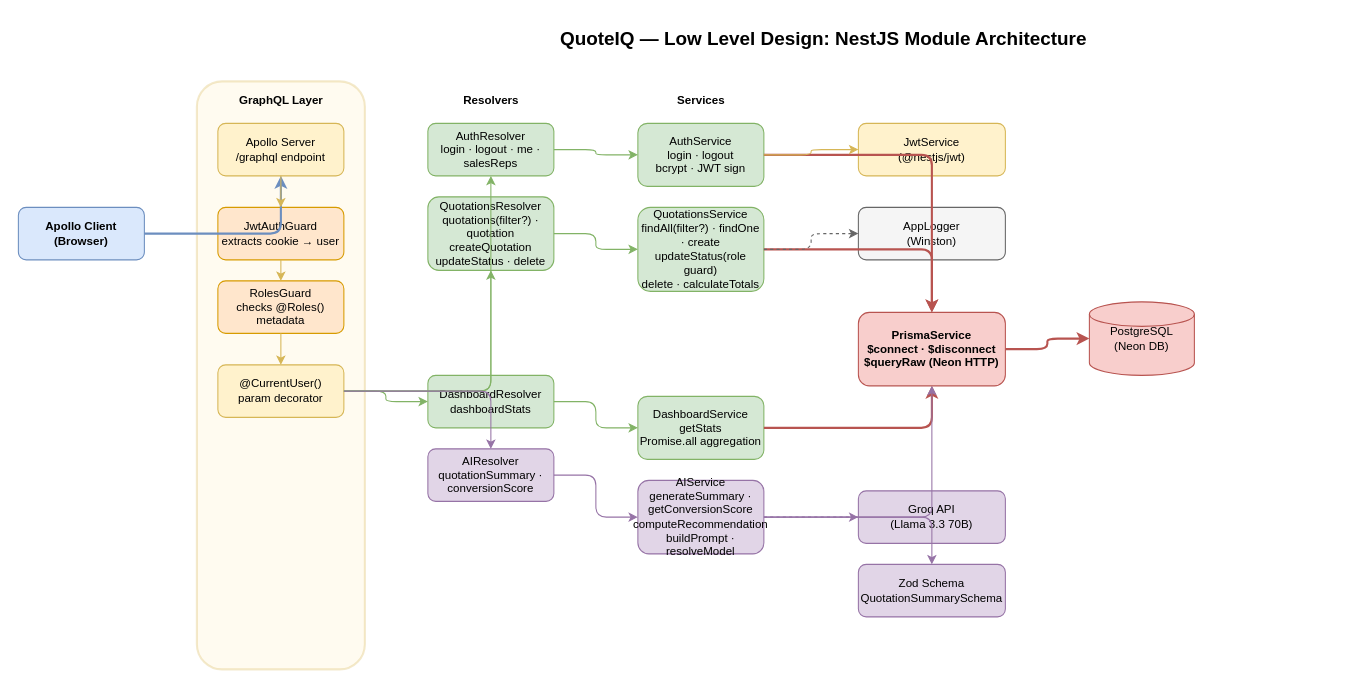
The draw.io diagram docs/drawio/lld-nestjs-module-architecture.drawio in Eunice-Amirtharajan/quote-iq, before the edit. Source tidied: cells renumbered, new cells numbered last; positions are measured from the earlier drawing's top-left corner, leaving out a move shared by most shapes. Both pictures are drawn from the tidied source at 105%, with x=0, y=0 at pixel (18, 18).
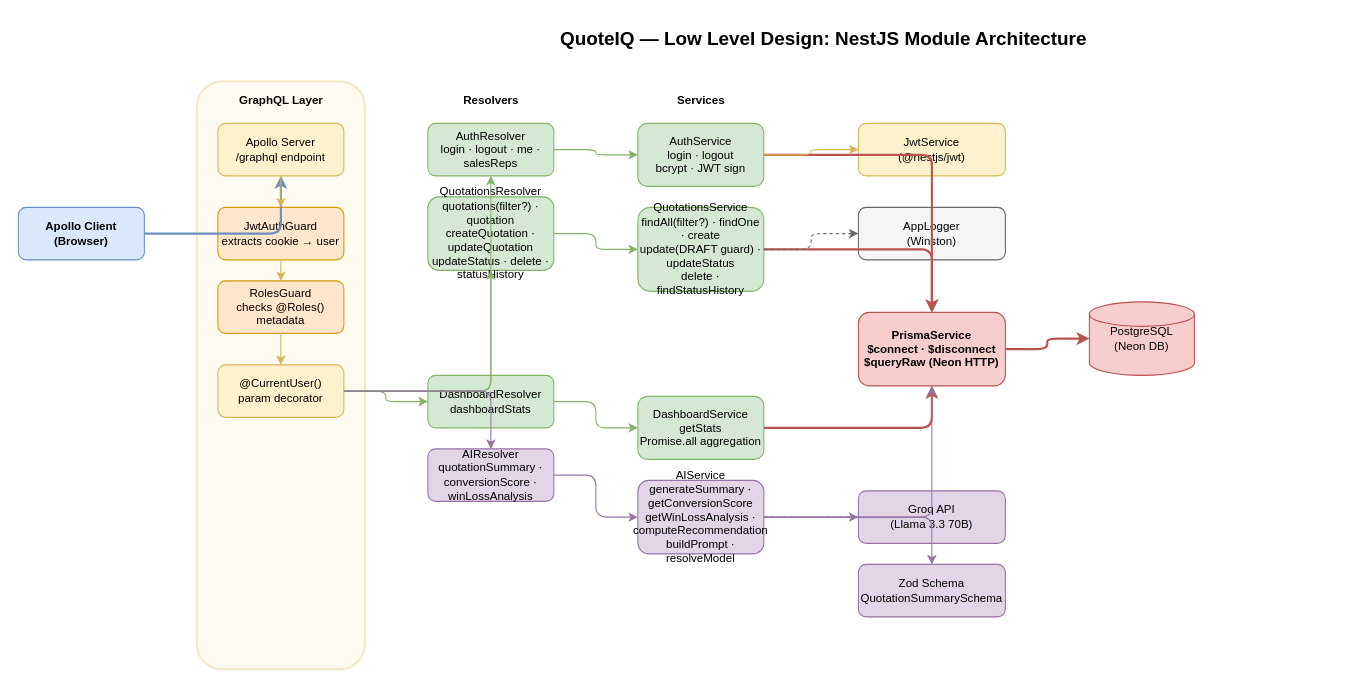
The same diagram, later.

Change to the diagram source:
```diff
@@
-    <mxCell id="12" value="QuotationsResolver&#10;quotations(filter?) · quotation&#10;createQuotation&#10;updateStatus · delete" style="rounded=1;whiteSpace=wrap;html=1;fillColor=#d5e8d4;strokeColor=#82b366;fontSize=11;" parent="1" vertex="1">
+    <mxCell id="12" value="QuotationsResolver&#10;quotations(filter?) · quotation&#10;createQuotation · updateQuotation&#10;updateStatus · delete · statusHistory" style="rounded=1;whiteSpace=wrap;html=1;fillColor=#d5e8d4;strokeColor=#82b366;fontSize=11;" parent="1" vertex="1">
       <mxGeometry x="390" y="170" width="120" height="70" as="geometry" />
     </mxCell>
@@
-    <mxCell id="14" value="AIResolver&#10;quotationSummary · conversionScore" style="rounded=1;whiteSpace=wrap;html=1;fillColor=#e1d5e7;strokeColor=#9673a6;fontSize=11;" parent="1" vertex="1">
+    <mxCell id="14" value="AIResolver&#10;quotationSummary · conversionScore · winLossAnalysis" style="rounded=1;whiteSpace=wrap;html=1;fillColor=#e1d5e7;strokeColor=#9673a6;fontSize=11;" parent="1" vertex="1">
       <mxGeometry x="390" y="410" width="120" height="50" as="geometry" />
     </mxCell>
@@
-    <mxCell id="17" value="QuotationsService&#10;findAll(filter?) · findOne · create&#10;updateStatus(role guard)&#10;delete · calculateTotals" style="rounded=1;whiteSpace=wrap;html=1;fillColor=#d5e8d4;strokeColor=#82b366;fontSize=11;" parent="1" vertex="1">
+    <mxCell id="17" value="QuotationsService&#10;findAll(filter?) · findOne · create&#10;update(DRAFT guard) · updateStatus&#10;delete · findStatusHistory" style="rounded=1;whiteSpace=wrap;html=1;fillColor=#d5e8d4;strokeColor=#82b366;fontSize=11;" parent="1" vertex="1">
       <mxGeometry x="590" y="180" width="120" height="80" as="geometry" />
     </mxCell>
@@
-    <mxCell id="19" value="AIService&#10;generateSummary · getConversionScore&#10;computeRecommendation&#10;buildPrompt · resolveModel" style="rounded=1;whiteSpace=wrap;html=1;fillColor=#e1d5e7;strokeColor=#9673a6;fontSize=11;" parent="1" vertex="1">
+    <mxCell id="19" value="AIService&#10;generateSummary · getConversionScore&#10;getWinLossAnalysis · computeRecommendation&#10;buildPrompt · resolveModel" style="rounded=1;whiteSpace=wrap;html=1;fillColor=#e1d5e7;strokeColor=#9673a6;fontSize=11;" parent="1" vertex="1">
       <mxGeometry x="590" y="440" width="120" height="70" as="geometry" />
     </mxCell>
```
